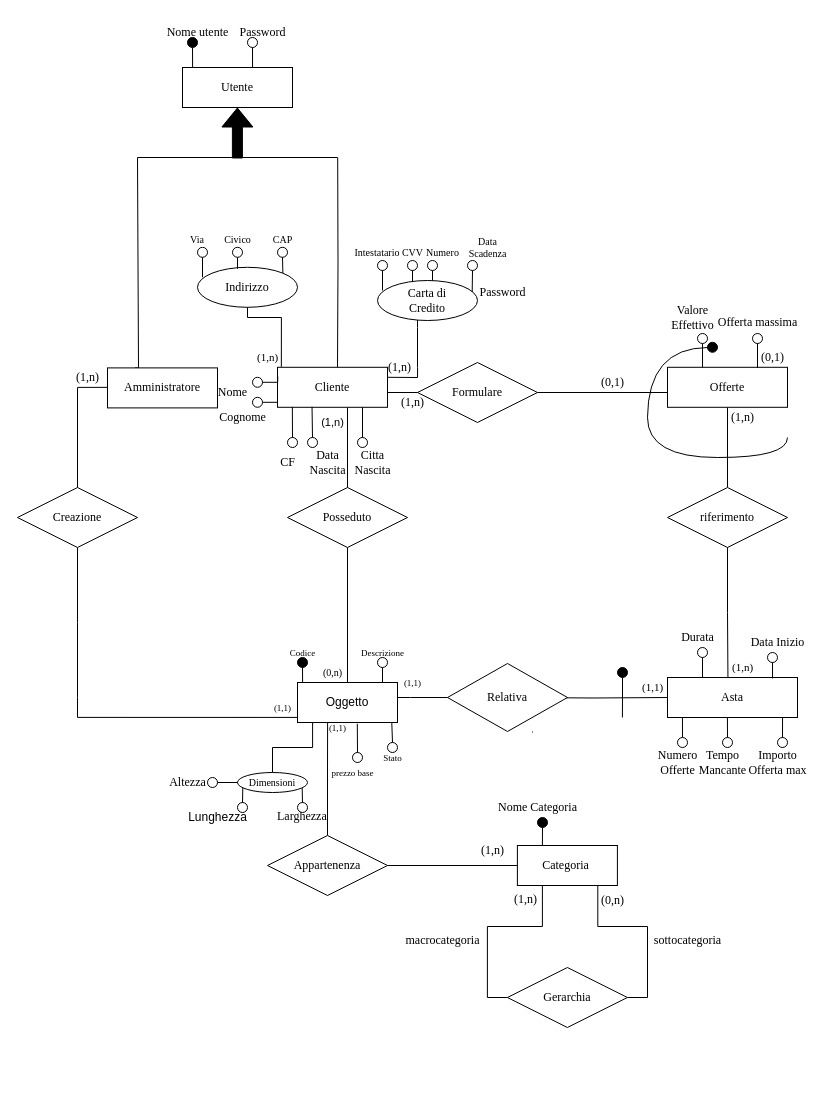
Above: materiale/Schemi Base E-R/Diagramma ER finale.drawio in A-lex00/AsteOnlineBD (draw.io), before the change. Source tidied: cells renumbered, new cells numbered last; positions are measured from the earlier drawing's top-left corner, leaving out a move shared by most shapes. Both pictures are drawn from the tidied source at 100%, with x=0, y=0 at pixel (17, 17).
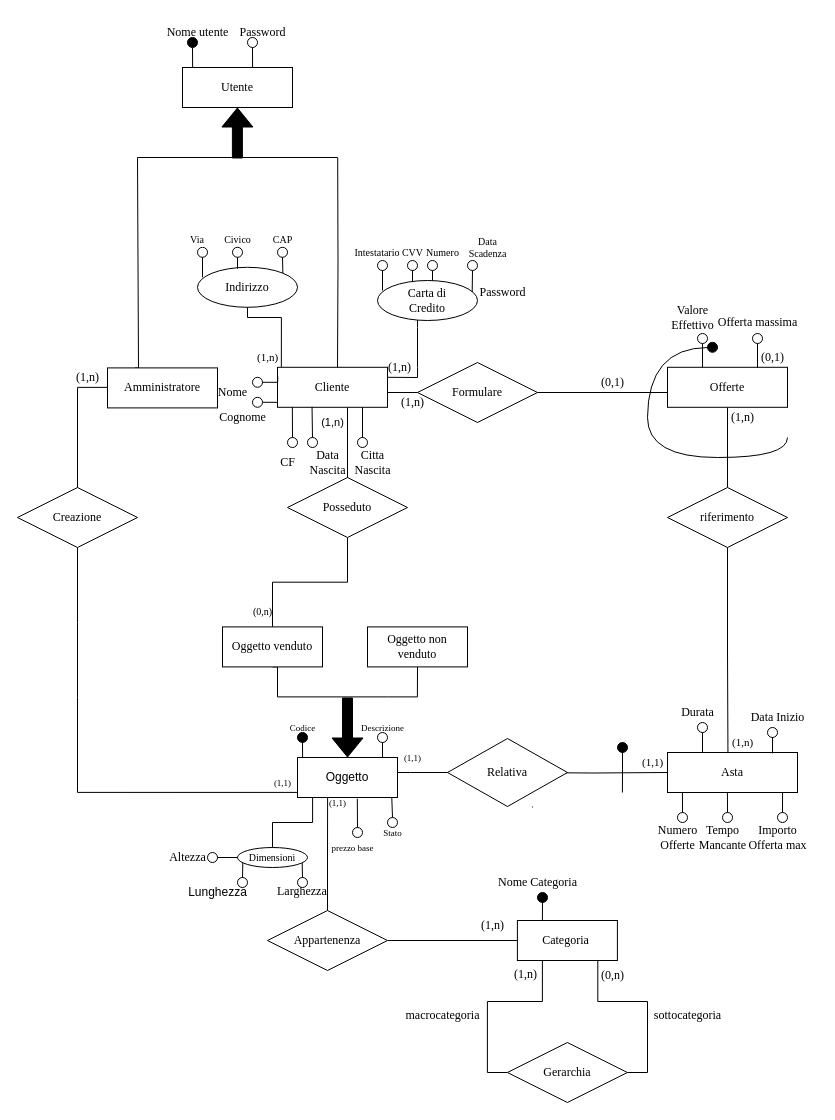
After the change.

What changed in the source:
```diff
@@
     <mxCell id="43" style="ellipse;whiteSpace=wrap;html=1;fontFamily=Times New Roman;" parent="1" vertex="1">
-      <mxGeometry x="680" y="630" width="10" height="10" as="geometry" />
+      <mxGeometry x="680" y="705" width="10" height="10" as="geometry" />
     </mxCell>
@@
     <mxCell id="49" value="&lt;font&gt;Asta&lt;/font&gt;" style="whiteSpace=wrap;html=1;align=center;fontFamily=Times New Roman;" parent="1" vertex="1">
-      <mxGeometry x="650" y="660" width="130" height="40" as="geometry" />
+      <mxGeometry x="650" y="735" width="130" height="40" as="geometry" />
     </mxCell>
     <mxCell id="50" value="&lt;font&gt;Importo&lt;/font&gt;&lt;div&gt;&lt;font&gt;Offerta max&lt;/font&gt;&lt;/div&gt;" style="text;html=1;align=center;verticalAlign=middle;strokeColor=none;fillColor=none;fontFamily=Times New Roman;fontSize=12;fontColor=default;labelBackgroundColor=default;" parent="1" vertex="1">
-      <mxGeometry x="720" y="725" width="80" height="40" as="geometry" />
+      <mxGeometry x="720" y="800" width="80" height="40" as="geometry" />
     </mxCell>
     <mxCell id="51" style="ellipse;whiteSpace=wrap;html=1;fontFamily=Times New Roman;" parent="1" vertex="1">
-      <mxGeometry x="660" y="720" width="10" height="10" as="geometry" />
+      <mxGeometry x="660" y="795" width="10" height="10" as="geometry" />
     </mxCell>
     <mxCell id="52" style="ellipse;whiteSpace=wrap;html=1;fontFamily=Times New Roman;" parent="1" vertex="1">
-      <mxGeometry x="705" y="720" width="10" height="10" as="geometry" />
+      <mxGeometry x="705" y="795" width="10" height="10" as="geometry" />
     </mxCell>
     <mxCell id="53" style="ellipse;whiteSpace=wrap;html=1;fontFamily=Times New Roman;direction=west;" parent="1" vertex="1">
-      <mxGeometry x="760" y="720" width="10" height="10" as="geometry" />
+      <mxGeometry x="760" y="795" width="10" height="10" as="geometry" />
     </mxCell>
     <mxCell id="54" value="&lt;font&gt;Numero&lt;br&gt;Offerte&lt;/font&gt;" style="text;html=1;align=center;verticalAlign=middle;strokeColor=none;fillColor=none;fontFamily=Times New Roman;fontSize=12;fontColor=default;labelBackgroundColor=default;" parent="1" vertex="1">
-      <mxGeometry x="630" y="725" width="60" height="40" as="geometry" />
+      <mxGeometry x="630" y="800" width="60" height="40" as="geometry" />
     </mxCell>
     <mxCell id="55" value="&lt;font&gt;Tempo&lt;/font&gt;&lt;div&gt;&lt;font&gt;Mancante&lt;/font&gt;&lt;/div&gt;" style="text;html=1;align=center;verticalAlign=middle;strokeColor=none;fillColor=none;fontFamily=Times New Roman;fontSize=12;fontColor=default;labelBackgroundColor=default;" parent="1" vertex="1">
-      <mxGeometry x="670" y="725" width="70" height="40" as="geometry" />
+      <mxGeometry x="670" y="800" width="70" height="40" as="geometry" />
     </mxCell>
     <mxCell id="56" style="edgeStyle=orthogonalEdgeStyle;rounded=0;jettySize=auto;html=1;exitX=0;exitY=0.5;exitDx=0;exitDy=0;endArrow=none;startFill=0;fontFamily=Times New Roman;" parent="1" edge="1" source="58">
       <mxGeometry relative="1" as="geometry">
-        <mxPoint x="355" y="680" as="targetPoint" />
+        <mxPoint x="355" y="755" as="targetPoint" />
       </mxGeometry>
     </mxCell>
     <mxCell id="57" style="edgeStyle=orthogonalEdgeStyle;shape=connector;rounded=0;jettySize=auto;html=1;exitX=1;exitY=0.5;exitDx=0;exitDy=0;entryX=0;entryY=0.5;entryDx=0;entryDy=0;strokeColor=default;align=center;verticalAlign=middle;fontFamily=Times New Roman;fontSize=11;fontColor=default;labelBackgroundColor=default;startFill=0;endArrow=none;" parent="1" edge="1" target="49">
       <mxGeometry relative="1" as="geometry">
-        <mxPoint x="500" y="680" as="sourcePoint" />
+        <mxPoint x="500" y="755" as="sourcePoint" />
       </mxGeometry>
     </mxCell>
     <mxCell id="58" value="Relativa" style="shape=rhombus;perimeter=rhombusPerimeter;whiteSpace=wrap;html=1;align=center;fontColor=#000000;fontFamily=Times New Roman;" parent="1" vertex="1">
-      <mxGeometry x="430" y="646" width="120" height="68" as="geometry" />
+      <mxGeometry x="430" y="721" width="120" height="68" as="geometry" />
     </mxCell>
     <mxCell id="59" style="edgeStyle=orthogonalEdgeStyle;shape=connector;rounded=0;jettySize=auto;html=1;strokeColor=default;align=center;verticalAlign=middle;fontFamily=Times New Roman;fontSize=11;fontColor=default;labelBackgroundColor=default;startFill=0;endArrow=none;exitX=-0.003;exitY=0.873;exitDx=0;exitDy=0;exitPerimeter=0;" parent="1" edge="1" source="122">
       <mxGeometry relative="1" as="geometry">
         <mxPoint x="60" y="680" as="targetPoint" />
         <Array as="points">
-          <mxPoint x="60" y="700" />
+          <mxPoint x="60" y="775" />
         </Array>
       </mxGeometry>
     </mxCell>
     <mxCell id="60" style="edgeStyle=orthogonalEdgeStyle;elbow=vertical;endArrow=none;html=1;curved=1;rounded=0;endSize=8;startSize=8;strokeColor=default;align=center;verticalAlign=middle;fontFamily=Times New Roman;fontSize=7;fontColor=default;labelBackgroundColor=default;startFill=0;exitDx=0;exitDy=0;exitPerimeter=0;" parent="1" edge="1">
       <mxGeometry relative="1" as="geometry">
-        <mxPoint x="515" y="715" as="sourcePoint" />
-        <mxPoint x="515" y="714" as="targetPoint" />
+        <mxPoint x="515" y="790" as="sourcePoint" />
+        <mxPoint x="515" y="789" as="targetPoint" />
       </mxGeometry>
     </mxCell>
@@
+    <mxCell id="157" style="edgeStyle=orthogonalEdgeStyle;rounded=0;jettySize=auto;html=1;exitX=0.5;exitY=1;exitDx=0;exitDy=0;entryX=0.5;entryY=0;entryDx=0;entryDy=0;endArrow=none;startFill=0;" parent="1" edge="1" source="63" target="159">
+      <mxGeometry relative="1" as="geometry" />
+    </mxCell>
     <mxCell id="63" value="Posseduto" style="shape=rhombus;perimeter=rhombusPerimeter;whiteSpace=wrap;html=1;align=center;fontFamily=Times New Roman;" parent="1" vertex="1">
-      <mxGeometry x="270" y="470" width="120" height="60" as="geometry" />
+      <mxGeometry x="270" y="460" width="120" height="60" as="geometry" />
     </mxCell>
@@
-    <mxCell id="65" style="edgeStyle=orthogonalEdgeStyle;shape=connector;rounded=0;jettySize=auto;html=1;exitX=0.5;exitY=1;exitDx=0;exitDy=0;strokeColor=default;align=center;verticalAlign=middle;fontFamily=Times New Roman;fontSize=11;fontColor=default;labelBackgroundColor=default;startFill=0;endArrow=none;entryX=0.5;entryY=0;entryDx=0;entryDy=0;" parent="1" edge="1" source="63" target="122">
-      <mxGeometry relative="1" as="geometry" />
-    </mxCell>
@@
     <mxCell id="67" value="Appartenenza" style="shape=rhombus;perimeter=rhombusPerimeter;whiteSpace=wrap;html=1;align=center;fontFamily=Times New Roman;" parent="1" vertex="1">
-      <mxGeometry x="250" y="818" width="120" height="60" as="geometry" />
+      <mxGeometry x="250" y="893" width="120" height="60" as="geometry" />
     </mxCell>
     <mxCell id="68" value="Categoria&amp;nbsp;" style="whiteSpace=wrap;html=1;align=center;fontFamily=Times New Roman;" parent="1" vertex="1">
-      <mxGeometry x="499.9" y="828" width="100" height="40" as="geometry" />
+      <mxGeometry x="499.9" y="903" width="100" height="40" as="geometry" />
     </mxCell>
@@
     <mxCell id="70" style="ellipse;whiteSpace=wrap;html=1;fillColor=#000000;fontFamily=Times New Roman;" parent="1" vertex="1">
-      <mxGeometry x="520" y="800" width="10" height="10" as="geometry" />
+      <mxGeometry x="520" y="875" width="10" height="10" as="geometry" />
     </mxCell>
     <mxCell id="71" value="&lt;font&gt;Nome Categoria&lt;/font&gt;" style="text;html=1;align=center;verticalAlign=middle;strokeColor=none;fillColor=none;fontFamily=Times New Roman;fontSize=12;fontColor=default;labelBackgroundColor=default;" parent="1" vertex="1">
-      <mxGeometry x="470" y="775" width="100" height="30" as="geometry" />
+      <mxGeometry x="470" y="850" width="100" height="30" as="geometry" />
     </mxCell>
     <mxCell id="72" value="(1,n)" style="text;html=1;align=center;verticalAlign=middle;strokeColor=none;fillColor=none;fontFamily=Times New Roman;fontSize=12;fontColor=default;labelBackgroundColor=default;" parent="1" vertex="1">
-      <mxGeometry x="449.9" y="818" width="50" height="30" as="geometry" />
+      <mxGeometry x="449.9" y="893" width="50" height="30" as="geometry" />
     </mxCell>
@@
     <mxCell id="77" value="&lt;font&gt;(1,n)&lt;/font&gt;" style="text;html=1;align=center;verticalAlign=middle;strokeColor=none;fillColor=none;fontFamily=Times New Roman;fontSize=11;fontColor=default;labelBackgroundColor=default;" parent="1" vertex="1">
-      <mxGeometry x="705" y="635" width="40" height="30" as="geometry" />
+      <mxGeometry x="705" y="710" width="40" height="30" as="geometry" />
     </mxCell>
     <mxCell id="78" style="ellipse;whiteSpace=wrap;html=1;fontFamily=Times New Roman;" parent="1" vertex="1">
-      <mxGeometry x="750" y="635" width="10" height="10" as="geometry" />
+      <mxGeometry x="750" y="710" width="10" height="10" as="geometry" />
     </mxCell>
     <mxCell id="79" value="&lt;font&gt;Durata&lt;/font&gt;" style="text;html=1;align=center;verticalAlign=middle;strokeColor=none;fillColor=none;fontFamily=Times New Roman;fontSize=12;fontColor=default;labelBackgroundColor=default;" parent="1" vertex="1">
-      <mxGeometry x="650" y="605" width="60" height="30" as="geometry" />
+      <mxGeometry x="650" y="680" width="60" height="30" as="geometry" />
     </mxCell>
     <mxCell id="80" value="&lt;font&gt;Data Inizio&lt;/font&gt;" style="text;html=1;align=center;verticalAlign=middle;strokeColor=none;fillColor=none;fontFamily=Times New Roman;fontSize=12;fontColor=default;labelBackgroundColor=default;" parent="1" vertex="1">
-      <mxGeometry x="720" y="610" width="80" height="30" as="geometry" />
+      <mxGeometry x="720" y="685" width="80" height="30" as="geometry" />
     </mxCell>
     <mxCell id="81" value="&lt;font&gt;(1,1)&lt;/font&gt;" style="text;html=1;align=center;verticalAlign=middle;strokeColor=none;fillColor=none;fontFamily=Times New Roman;fontSize=11;fontColor=default;labelBackgroundColor=default;" parent="1" vertex="1">
-      <mxGeometry x="615" y="655" width="40" height="30" as="geometry" />
+      <mxGeometry x="615" y="730" width="40" height="30" as="geometry" />
     </mxCell>
     <mxCell id="82" style="edgeStyle=orthogonalEdgeStyle;shape=connector;rounded=0;jettySize=auto;html=1;exitX=0.5;exitY=1;exitDx=0;exitDy=0;strokeColor=default;align=center;verticalAlign=middle;fontFamily=Times New Roman;fontSize=11;fontColor=default;labelBackgroundColor=default;startFill=0;endArrow=none;" parent="1" edge="1" source="83">
       <mxGeometry relative="1" as="geometry">
-        <mxPoint x="604.9" y="700" as="targetPoint" />
+        <mxPoint x="604.9" y="775" as="targetPoint" />
       </mxGeometry>
     </mxCell>
     <mxCell id="83" style="ellipse;whiteSpace=wrap;html=1;fillColor=#000000;fontFamily=Times New Roman;" parent="1" vertex="1">
-      <mxGeometry x="600" y="650" width="10" height="10" as="geometry" />
+      <mxGeometry x="600" y="725" width="10" height="10" as="geometry" />
     </mxCell>
@@
     <mxCell id="122" value="Oggetto" style="whiteSpace=wrap;html=1;align=center;" parent="1" vertex="1">
-      <mxGeometry x="280" y="665" width="100" height="40" as="geometry" />
+      <mxGeometry x="280" y="740" width="100" height="40" as="geometry" />
     </mxCell>
     <mxCell id="123" value="Dimensioni" style="ellipse;whiteSpace=wrap;html=1;align=center;fontSize=10;fontFamily=Times New Roman;" parent="1" vertex="1">
-      <mxGeometry x="220" y="755" width="70" height="20" as="geometry" />
+      <mxGeometry x="220" y="830" width="70" height="20" as="geometry" />
     </mxCell>
     <mxCell id="124" style="ellipse;whiteSpace=wrap;html=1;" parent="1" vertex="1">
-      <mxGeometry x="220" y="785" width="10" height="10" as="geometry" />
+      <mxGeometry x="220" y="860" width="10" height="10" as="geometry" />
     </mxCell>
     <mxCell id="125" style="ellipse;whiteSpace=wrap;html=1;" parent="1" vertex="1">
-      <mxGeometry x="190" y="760" width="10" height="10" as="geometry" />
+      <mxGeometry x="190" y="835" width="10" height="10" as="geometry" />
     </mxCell>
     <mxCell id="126" value="Larghezza" style="text;whiteSpace=wrap;html=1;fontSize=12;fontFamily=Times New Roman;" parent="1" vertex="1">
-      <mxGeometry x="257.5" y="785" width="35" height="15" as="geometry" />
+      <mxGeometry x="257.5" y="860" width="35" height="15" as="geometry" />
     </mxCell>
     <mxCell id="127" style="ellipse;whiteSpace=wrap;html=1;fillColor=#000000;" parent="1" vertex="1">
-      <mxGeometry x="280" y="640" width="10" height="10" as="geometry" />
+      <mxGeometry x="280" y="715" width="10" height="10" as="geometry" />
     </mxCell>
     <mxCell id="128" style="ellipse;whiteSpace=wrap;html=1;" parent="1" vertex="1">
-      <mxGeometry x="360" y="640" width="10" height="10" as="geometry" />
+      <mxGeometry x="360" y="715" width="10" height="10" as="geometry" />
     </mxCell>
@@
     <mxCell id="130" value="&lt;font style=&quot;font-size: 9px;&quot;&gt;Codice&lt;/font&gt;" style="text;html=1;align=center;verticalAlign=middle;strokeColor=none;fillColor=none;fontFamily=Times New Roman;" parent="1" vertex="1">
-      <mxGeometry x="260" y="620" width="50" height="30" as="geometry" />
+      <mxGeometry x="260" y="695" width="50" height="30" as="geometry" />
     </mxCell>
     <mxCell id="131" value="&lt;font style=&quot;font-size: 9px;&quot;&gt;Descrizione&lt;/font&gt;" style="text;html=1;align=center;verticalAlign=middle;strokeColor=none;fillColor=none;fontFamily=Times New Roman;" parent="1" vertex="1">
-      <mxGeometry x="330" y="620" width="70" height="30" as="geometry" />
+      <mxGeometry x="330" y="695" width="70" height="30" as="geometry" />
     </mxCell>
     <mxCell id="132" style="ellipse;whiteSpace=wrap;html=1;" parent="1" vertex="1">
-      <mxGeometry x="280" y="785" width="10" height="10" as="geometry" />
+      <mxGeometry x="280" y="860" width="10" height="10" as="geometry" />
     </mxCell>
     <mxCell id="133" style="ellipse;whiteSpace=wrap;html=1;" parent="1" vertex="1">
-      <mxGeometry x="370" y="725" width="10" height="10" as="geometry" />
+      <mxGeometry x="370" y="800" width="10" height="10" as="geometry" />
     </mxCell>
     <mxCell id="134" value="&lt;font style=&quot;font-size: 9px;&quot;&gt;prezzo base&lt;/font&gt;" style="text;html=1;align=center;verticalAlign=middle;strokeColor=none;fillColor=none;fontFamily=Times New Roman;" parent="1" vertex="1">
-      <mxGeometry x="300" y="740" width="70" height="30" as="geometry" />
+      <mxGeometry x="300" y="815" width="70" height="30" as="geometry" />
     </mxCell>
@@
     <mxCell id="136" value="&lt;font style=&quot;font-size: 9px;&quot;&gt;Stato&lt;/font&gt;" style="text;html=1;align=center;verticalAlign=middle;strokeColor=none;fillColor=none;fontFamily=Times New Roman;" parent="1" vertex="1">
-      <mxGeometry x="355" y="725" width="40" height="30" as="geometry" />
+      <mxGeometry x="355" y="800" width="40" height="30" as="geometry" />
     </mxCell>
@@
     <mxCell id="139" style="ellipse;whiteSpace=wrap;html=1;" parent="1" vertex="1">
-      <mxGeometry x="335" y="735" width="10" height="10" as="geometry" />
+      <mxGeometry x="335" y="810" width="10" height="10" as="geometry" />
     </mxCell>
@@
     <mxCell id="142" value="Lunghezza" style="text;html=1;align=center;verticalAlign=middle;strokeColor=none;fillColor=none;" parent="1" vertex="1">
-      <mxGeometry x="160" y="785" width="80" height="30" as="geometry" />
+      <mxGeometry x="160" y="860" width="80" height="30" as="geometry" />
     </mxCell>
@@
     <mxCell id="144" value="Altezza" style="text;html=1;align=center;verticalAlign=middle;strokeColor=none;fillColor=none;fontFamily=Times New Roman;" parent="1" vertex="1">
-      <mxGeometry x="140" y="750" width="60" height="30" as="geometry" />
+      <mxGeometry x="140" y="825" width="60" height="30" as="geometry" />
     </mxCell>
@@
     <mxCell id="146" value="&lt;font style=&quot;font-size: 9px;&quot;&gt;(1,1)&lt;/font&gt;" style="text;html=1;align=center;verticalAlign=middle;strokeColor=none;fillColor=none;fontFamily=Times New Roman;" parent="1" vertex="1">
-      <mxGeometry x="300" y="695" width="40" height="30" as="geometry" />
+      <mxGeometry x="300" y="770" width="40" height="30" as="geometry" />
     </mxCell>
     <mxCell id="147" value="&lt;font style=&quot;font-size: 9px;&quot;&gt;(1,1)&lt;/font&gt;" style="text;html=1;align=center;verticalAlign=middle;strokeColor=none;fillColor=none;fontFamily=Times New Roman;" parent="1" vertex="1">
-      <mxGeometry x="375" y="650" width="40" height="30" as="geometry" />
+      <mxGeometry x="375" y="725" width="40" height="30" as="geometry" />
     </mxCell>
     <mxCell id="148" value="&lt;font style=&quot;font-size: 9px;&quot;&gt;(1,1)&lt;/font&gt;" style="text;html=1;align=center;verticalAlign=middle;strokeColor=none;fillColor=none;fontFamily=Times New Roman;" parent="1" vertex="1">
-      <mxGeometry x="245" y="675" width="40" height="30" as="geometry" />
+      <mxGeometry x="245" y="750" width="40" height="30" as="geometry" />
     </mxCell>
     <mxCell id="149" value="&lt;font size=&quot;1&quot;&gt;(0,n)&lt;/font&gt;" style="text;html=1;align=center;verticalAlign=middle;strokeColor=none;fillColor=none;fontFamily=Times New Roman;" parent="1" vertex="1">
-      <mxGeometry x="295" y="640" width="40" height="30" as="geometry" />
+      <mxGeometry x="225" y="579.4" width="40" height="30" as="geometry" />
     </mxCell>
@@
     <mxCell id="151" value="Gerarchia" style="shape=rhombus;perimeter=rhombusPerimeter;whiteSpace=wrap;html=1;align=center;fontFamily=Times New Roman;" parent="1" vertex="1">
-      <mxGeometry x="489.9" y="950" width="120" height="60" as="geometry" />
+      <mxGeometry x="489.9" y="1025" width="120" height="60" as="geometry" />
     </mxCell>
     <mxCell id="152" style="edgeStyle=orthogonalEdgeStyle;rounded=0;jettySize=auto;html=1;exitX=1;exitY=0.5;exitDx=0;exitDy=0;entryX=0.804;entryY=0.986;entryDx=0;entryDy=0;entryPerimeter=0;endArrow=none;startFill=0;" parent="1" edge="1" source="151" target="68">
       <mxGeometry relative="1" as="geometry">
         <Array as="points">
-          <mxPoint x="630" y="980" />
-          <mxPoint x="630" y="909" />
-          <mxPoint x="580" y="909" />
+          <mxPoint x="630" y="1055" />
+          <mxPoint x="630" y="984" />
+          <mxPoint x="580" y="984" />
         </Array>
       </mxGeometry>
     </mxCell>
     <mxCell id="153" value="(0,n)" style="text;html=1;align=center;verticalAlign=middle;strokeColor=none;fillColor=none;fontFamily=Times New Roman;fontSize=12;fontColor=default;labelBackgroundColor=default;" parent="1" vertex="1">
-      <mxGeometry x="570" y="868" width="50" height="30" as="geometry" />
+      <mxGeometry x="570" y="943" width="50" height="30" as="geometry" />
     </mxCell>
     <mxCell id="154" value="&lt;font face=&quot;Times New Roman&quot;&gt;sottocategoria&lt;/font&gt;" style="text;html=1;align=center;verticalAlign=middle;strokeColor=none;fillColor=none;" parent="1" vertex="1">
-      <mxGeometry x="625" y="908" width="90" height="30" as="geometry" />
+      <mxGeometry x="625" y="983" width="90" height="30" as="geometry" />
     </mxCell>
     <mxCell id="155" value="&lt;span style=&quot;color: rgb(0, 0, 0); font-family: &amp;quot;Times New Roman&amp;quot;; font-size: 12px; font-style: normal; font-variant-ligatures: normal; font-variant-caps: normal; font-weight: 400; letter-spacing: normal; orphans: 2; text-align: center; text-indent: 0px; text-transform: none; widows: 2; word-spacing: 0px; -webkit-text-stroke-width: 0px; white-space: nowrap; background-color: rgb(255, 255, 255); text-decoration-thickness: initial; text-decoration-style: initial; text-decoration-color: initial; float: none; display: inline !important;&quot;&gt;(1,n)&lt;/span&gt;" style="text;whiteSpace=wrap;html=1;" parent="1" vertex="1">
-      <mxGeometry x="495" y="868" width="60" height="40" as="geometry" />
+      <mxGeometry x="495" y="943" width="60" height="40" as="geometry" />
     </mxCell>
     <mxCell id="156" value="&lt;font face=&quot;Times New Roman&quot;&gt;macrocategoria&lt;/font&gt;" style="text;html=1;align=center;verticalAlign=middle;strokeColor=none;fillColor=none;" parent="1" vertex="1">
-      <mxGeometry x="375" y="908" width="100" height="30" as="geometry" />
+      <mxGeometry x="375" y="983" width="100" height="30" as="geometry" />
     </mxCell>
+    <mxCell id="158" style="edgeStyle=orthogonalEdgeStyle;rounded=0;jettySize=auto;html=1;exitX=0.5;exitY=1;exitDx=0;exitDy=0;endArrow=none;startFill=0;" parent="1" edge="1" source="159">
+      <mxGeometry relative="1" as="geometry">
+        <mxPoint x="260" y="679.4" as="targetPoint" />
+      </mxGeometry>
+    </mxCell>
+    <mxCell id="159" value="&lt;font face=&quot;Times New Roman&quot;&gt;Oggetto venduto&lt;/font&gt;" style="whiteSpace=wrap;html=1;align=center;" parent="1" vertex="1">
+      <mxGeometry x="205" y="609.4" width="100" height="40" as="geometry" />
+    </mxCell>
+    <mxCell id="160" style="edgeStyle=orthogonalEdgeStyle;rounded=0;jettySize=auto;html=1;exitX=0.5;exitY=1;exitDx=0;exitDy=0;endArrow=none;startFill=0;" parent="1" edge="1" source="161">
+      <mxGeometry relative="1" as="geometry">
+        <mxPoint x="399.9" y="679.4" as="targetPoint" />
+      </mxGeometry>
+    </mxCell>
+    <mxCell id="161" value="&lt;font face=&quot;Times New Roman&quot;&gt;Oggetto non venduto&lt;/font&gt;" style="whiteSpace=wrap;html=1;align=center;" parent="1" vertex="1">
+      <mxGeometry x="350" y="609.4" width="100" height="40" as="geometry" />
+    </mxCell>
+    <mxCell id="162" style="edgeStyle=orthogonalEdgeStyle;rounded=0;orthogonalLoop=1;jettySize=auto;html=1;endArrow=none;startFill=0;" parent="1" edge="1">
+      <mxGeometry relative="1" as="geometry">
+        <mxPoint x="400" y="679.4" as="sourcePoint" />
+        <mxPoint x="330" y="679.4" as="targetPoint" />
+        <Array as="points">
+          <mxPoint x="370" y="679.4" />
+          <mxPoint x="370" y="679.4" />
+        </Array>
+      </mxGeometry>
+    </mxCell>
+    <mxCell id="163" style="endArrow=none;html=1;rounded=0;" parent="1" edge="1">
+      <mxGeometry relative="1" as="geometry">
+        <mxPoint x="260" y="679.4" as="sourcePoint" />
+        <mxPoint x="330" y="679.4" as="targetPoint" />
+      </mxGeometry>
+    </mxCell>
+    <mxCell id="164" style="shape=flexArrow;endArrow=classic;html=1;rounded=0;entryX=0.5;entryY=0;entryDx=0;entryDy=0;fillColor=#000000;" parent="1" edge="1" target="122">
+      <mxGeometry relative="1" as="geometry">
+        <mxPoint x="330" y="680" as="sourcePoint" />
+      </mxGeometry>
+    </mxCell>
```
